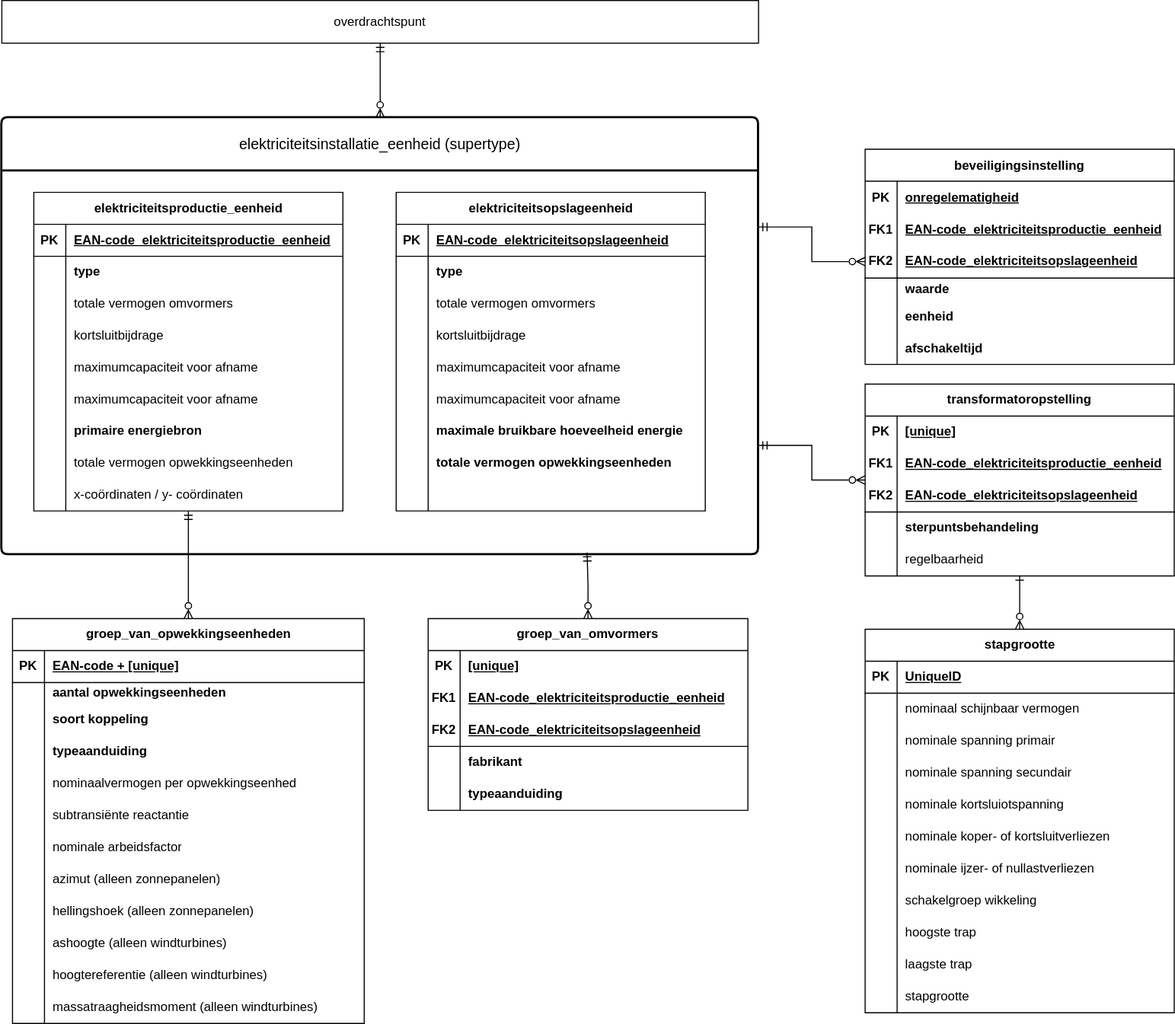
Before: installatieregister_pub.drawio.svg, a diagram exported from draw.io (Jterveld/draw.io-modellen). Source tidied: cells renumbered, new cells last; positions are measured from the earlier drawing's top-left corner, leaving out a move shared by most shapes.
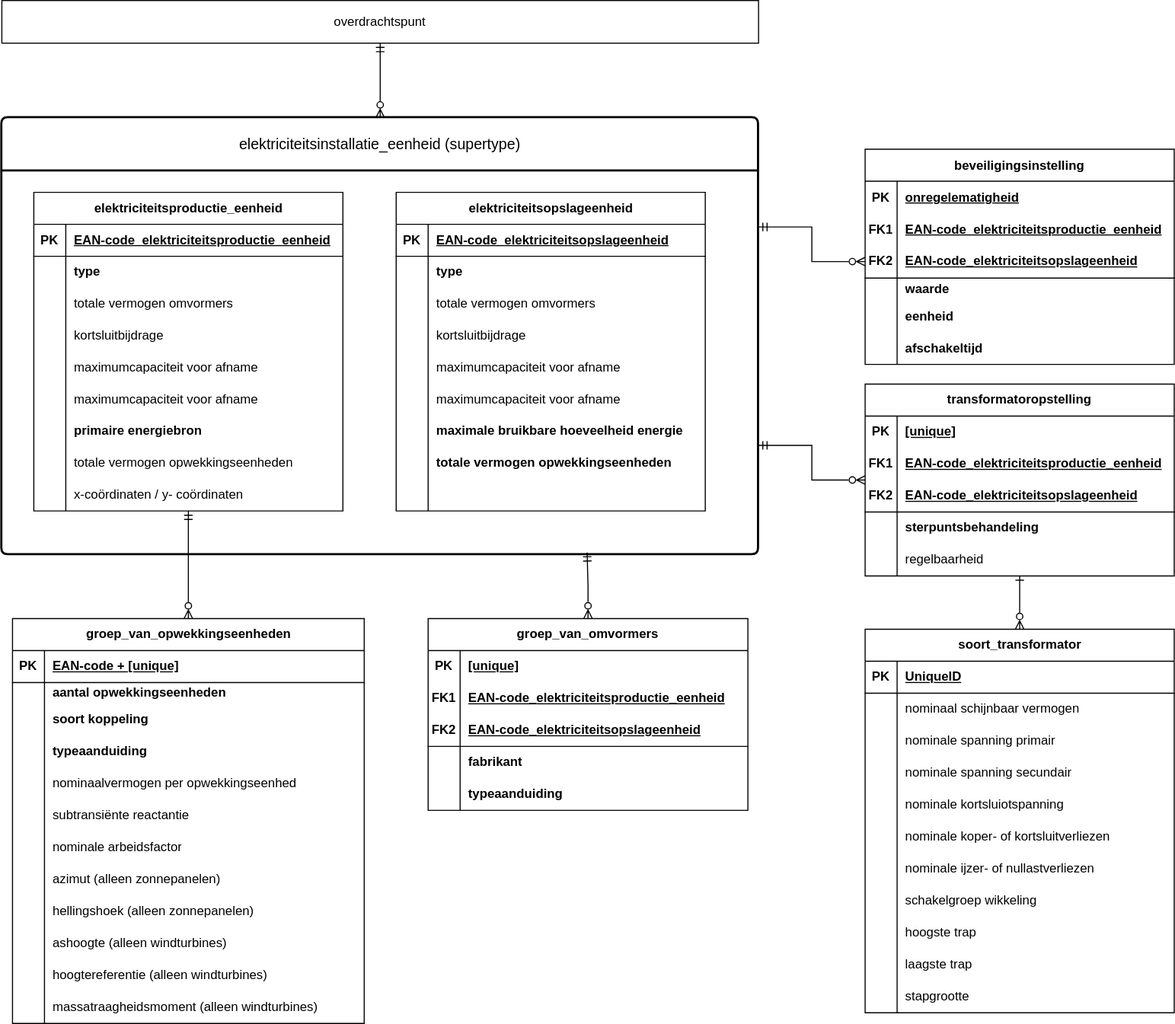
Above is the later version.

Change to the diagram source:
```diff
@@ -448,7 +448,7 @@
     <mxCell id="149" value="regelbaarheid" style="shape=partialRectangle;fillColor=none;top=0;left=0;bottom=0;right=0;align=left;spacingLeft=6;overflow=hidden;html=1;whiteSpace=wrap;" parent="147" vertex="1">
       <mxGeometry x="30" width="260" height="30" as="geometry" />
     </mxCell>
-    <mxCell id="150" value="stapgrootte" style="shape=table;startSize=30;rowLines=0;fontStyle=1;align=center;html=1;" parent="1" vertex="1">
+    <mxCell id="150" value="soort_transformator" style="shape=table;startSize=30;rowLines=0;fontStyle=1;align=center;html=1;" parent="1" vertex="1">
       <mxGeometry x="810" y="590" width="290" height="360" as="geometry" />
     </mxCell>
     <mxCell id="151" style="shape=tableRow;horizontal=0;startSize=0;swimlaneHead=0;swimlaneBody=0;fillColor=none;top=0;left=0;right=0;bottom=1;" parent="150" vertex="1">
```
